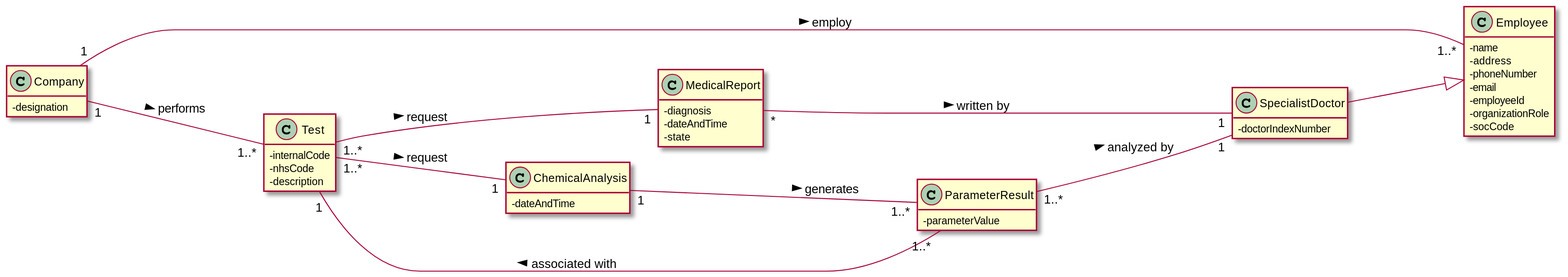
Above: docs/SprintC/US14/US14_DM.svg in manu-07-ela/LAPR2_ISEP (PlantUML), before the change.
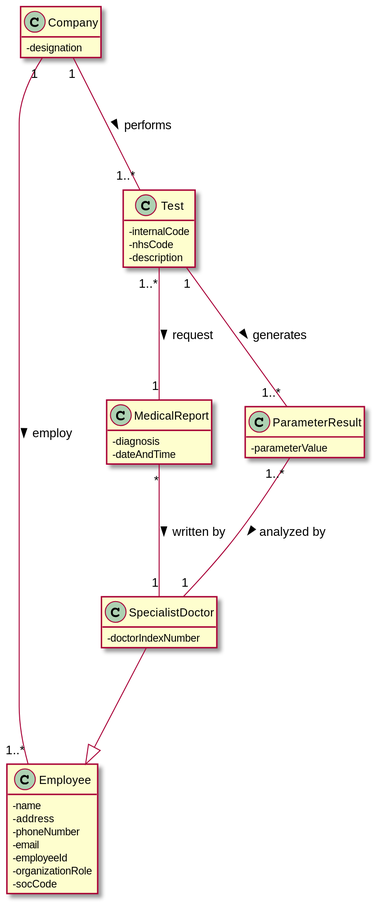
The same diagram one commit later.

Diff of the diagram source:
```diff
@@ -1,6 +1,5 @@
 @startuml
 hide methods
-left to right direction
 skinparam classAttributeIconSize 0
 
 class Company{
@@ -31,26 +30,16 @@
 class MedicalReport{
 -diagnosis
 -dateAndTime
--state
 }
 
 class ParameterResult{
 -parameterValue
 }
 
-class ChemicalAnalysis{
--dateAndTime
-}
-
-
-
-
 Company "1"---"1..*" Employee : employ >
 Company "1"---"1..*" Test : performs >
-ChemicalAnalysis "1"---"1..*" ParameterResult: generates >
-Test "1..*" ---"1" ChemicalAnalysis : request >
+Test "1" ---"1..*" ParameterResult : generates >
 Test "1..*" ---"1" MedicalReport : request >
-ParameterResult "1..*" --- "1" Test : associated with >
 ParameterResult "1..*"---"1" SpecialistDoctor : analyzed by >
 SpecialistDoctor ---|> Employee
 MedicalReport "*"---"1" SpecialistDoctor : written by >
```
